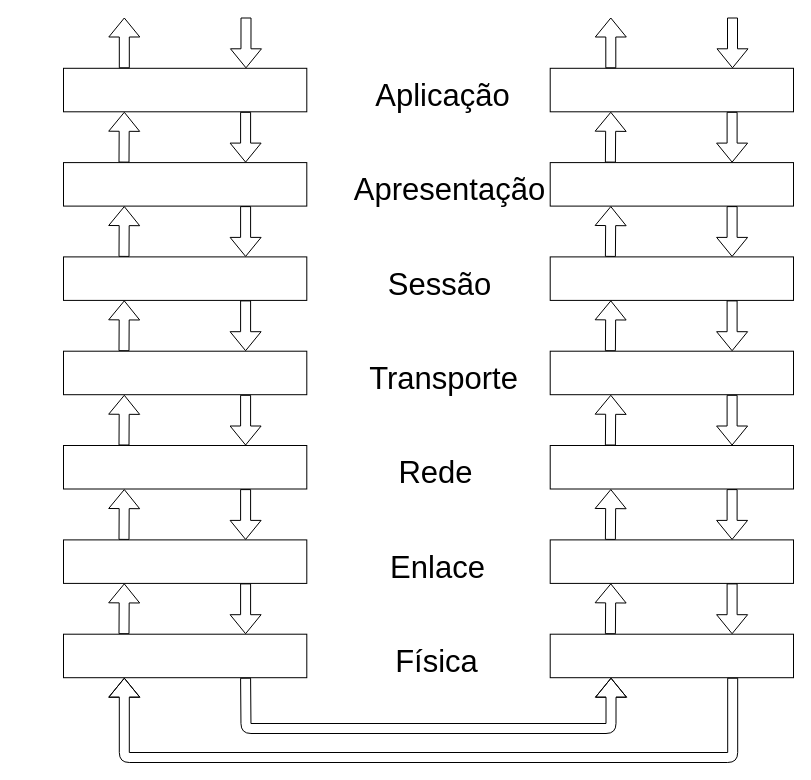
lasarojc/ds_notes keeps this draw.io diagram as page "Page-2" (2 of 3) of docs/drawings/pilha.drawio. Above is the earlier version. Source tidied: cells renumbered, new cells numbered last; positions are measured from the earlier drawing's top-left corner, leaving out a move shared by most shapes. Both pictures are drawn from the tidied source at 100%, with x=0, y=0 at pixel (63, 17).
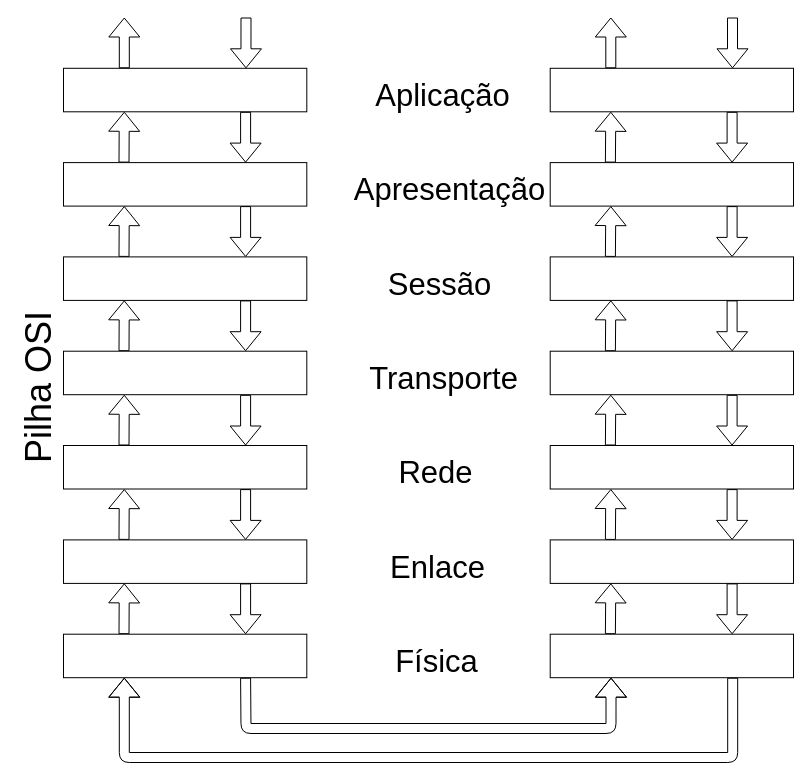
The same diagram, later.

Change to the diagram source:
```diff
@@
+    <mxCell id="54" value="Pilha OSI" style="text;html=1;strokeColor=none;fillColor=none;align=center;verticalAlign=middle;whiteSpace=wrap;rounded=0;fontSize=36;rotation=-90;" parent="1" vertex="1">
+      <mxGeometry x="-140" y="360" width="230" height="20" as="geometry" />
+    </mxCell>
```
